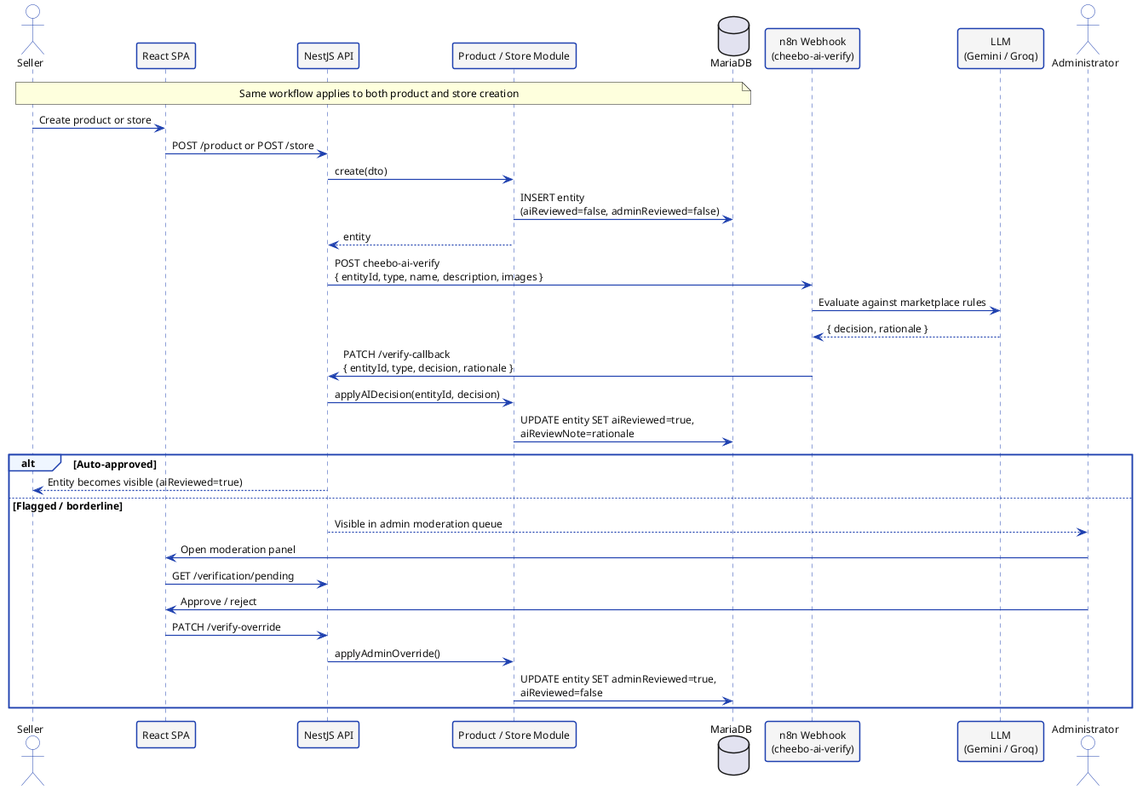
This is diagrams/seq-verify.png from NadimJebali/Pfe-rapport, a PlantUML export, as it was before one commit. The source it was exported from:
```plantuml
@startuml seq-verify

skinparam defaultFontName Helvetica
skinparam defaultFontSize 12
skinparam backgroundColor #FFFFFF
skinparam sequenceArrowThickness 1.2
skinparam sequenceParticipantBorderThickness 1.5

skinparam sequence {
  ActorBackgroundColor       #FFFFFF
  ActorBorderColor           #1E40AF
  ActorFontColor             #111111
  ParticipantBackgroundColor #F5F5F5
  ParticipantBorderColor     #1E40AF
  ParticipantFontColor       #111111
  LifeLineBorderColor        #1E40AF
  ArrowColor                 #1E40AF
  ArrowFontColor             #111111
  GroupBackgroundColor       #EFF6FF
  GroupBorderColor           #1E40AF
  NoteBackgroundColor        #F5F5F5
  NoteBorderColor            #1E40AF
}

actor       "Seller"                            as S
participant "React SPA"                         as FE
participant "NestJS API"                        as BE
participant "Product / Store Module"            as PM
database    "MariaDB"                           as DB
participant "n8n Webhook\n(cheebo-ai-verify)"   as N8N
participant "LLM\n(Gemini / Groq)"              as LLM
actor       "Administrator"                     as A

note over S, DB
  Same workflow applies to both product and store creation
end note

S  -> FE : Create product or store
FE -> BE : POST /product or POST /store
BE -> PM : create(dto)
PM -> DB : INSERT entity\n(aiReviewed=false, adminReviewed=false)
PM --> BE : entity
BE -> N8N : POST cheebo-ai-verify\n{ entityId, type, name, description, images }

N8N -> LLM : Evaluate against marketplace rules
LLM --> N8N : { decision, rationale }
N8N -> BE : PATCH /verify-callback\n{ entityId, type, decision, rationale }
BE -> PM : applyAIDecision(entityId, decision)
PM -> DB : UPDATE entity SET aiReviewed=true,\naiReviewNote=rationale

alt Auto-approved
  BE --> S : Entity becomes visible (aiReviewed=true)
else Flagged / borderline
  BE --> A : Visible in admin moderation queue
  A -> FE : Open moderation panel
  FE -> BE : GET /verification/pending
  A -> FE : Approve / reject
  FE -> BE : PATCH /verify-override
  BE -> PM : applyAdminOverride()
  PM -> DB : UPDATE entity SET adminReviewed=true,\naiReviewed=false
end

@enduml
```
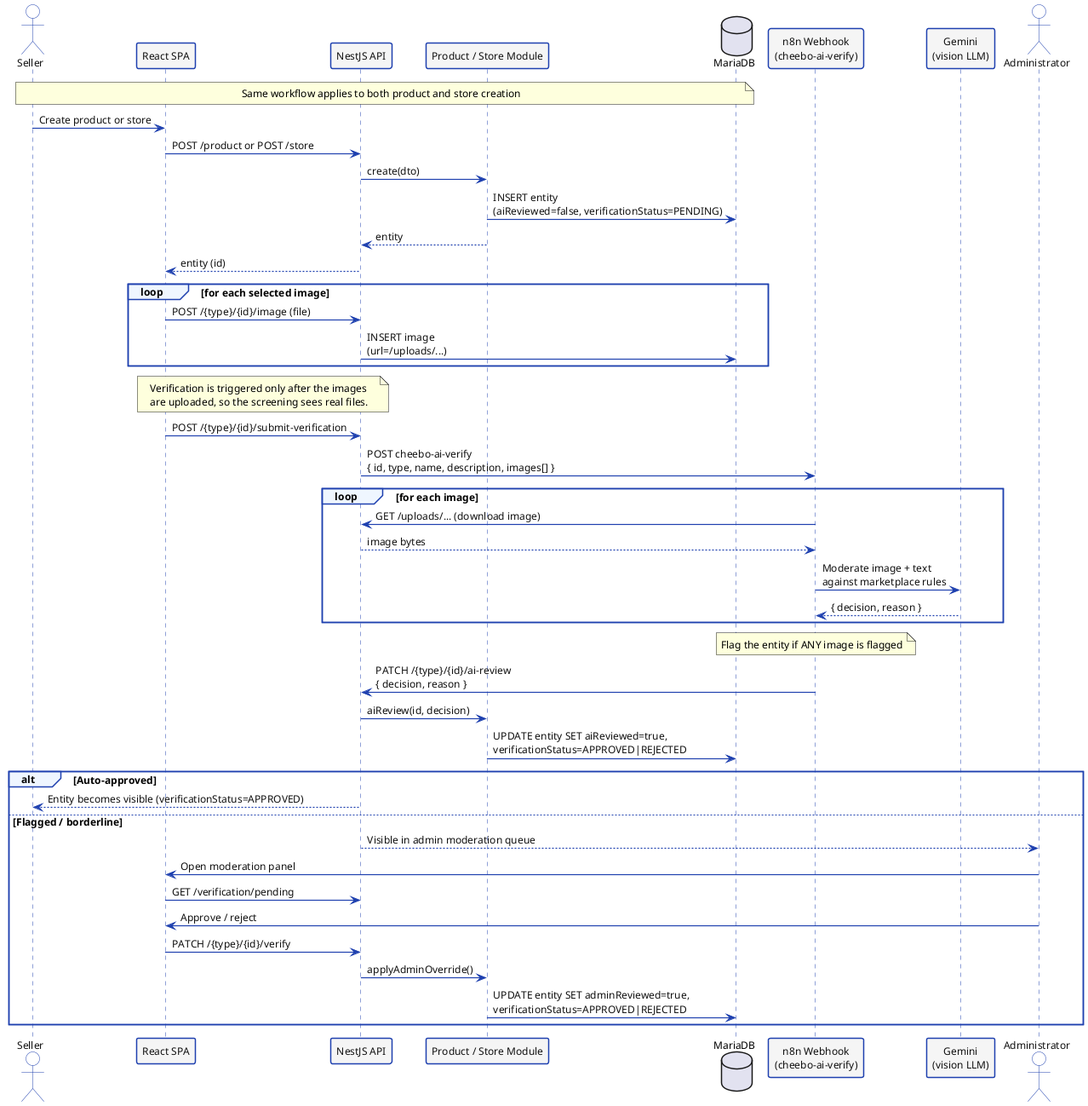
Above is the later version.

Diff of the diagram source:
```diff
@@ -28,7 +28,7 @@
 participant "Product / Store Module"            as PM
 database    "MariaDB"                           as DB
 participant "n8n Webhook\n(cheebo-ai-verify)"   as N8N
-participant "LLM\n(Gemini / Groq)"              as LLM
+participant "Gemini\n(vision LLM)"              as LLM
 actor       "Administrator"                     as A
 
 note over S, DB
@@ -38,26 +38,43 @@
 S  -> FE : Create product or store
 FE -> BE : POST /product or POST /store
 BE -> PM : create(dto)
-PM -> DB : INSERT entity\n(aiReviewed=false, adminReviewed=false)
+PM -> DB : INSERT entity\n(aiReviewed=false, verificationStatus=PENDING)
 PM --> BE : entity
-BE -> N8N : POST cheebo-ai-verify\n{ entityId, type, name, description, images }
+BE --> FE : entity (id)
 
-N8N -> LLM : Evaluate against marketplace rules
-LLM --> N8N : { decision, rationale }
-N8N -> BE : PATCH /verify-callback\n{ entityId, type, decision, rationale }
-BE -> PM : applyAIDecision(entityId, decision)
-PM -> DB : UPDATE entity SET aiReviewed=true,\naiReviewNote=rationale
+loop for each selected image
+  FE -> BE : POST /{type}/{id}/image (file)
+  BE -> DB : INSERT image\n(url=/uploads/...)
+end
+
+note over FE, BE
+  Verification is triggered only after the images
+  are uploaded, so the screening sees real files.
+end note
+FE -> BE : POST /{type}/{id}/submit-verification
+BE -> N8N : POST cheebo-ai-verify\n{ id, type, name, description, images[] }
+
+loop for each image
+  N8N -> BE : GET /uploads/... (download image)
+  BE --> N8N : image bytes
+  N8N -> LLM : Moderate image + text\nagainst marketplace rules
+  LLM --> N8N : { decision, reason }
+end
+note over N8N : Flag the entity if ANY image is flagged
+N8N -> BE : PATCH /{type}/{id}/ai-review\n{ decision, reason }
+BE -> PM : aiReview(id, decision)
+PM -> DB : UPDATE entity SET aiReviewed=true,\nverificationStatus=APPROVED|REJECTED
 
 alt Auto-approved
-  BE --> S : Entity becomes visible (aiReviewed=true)
+  BE --> S : Entity becomes visible (verificationStatus=APPROVED)
 else Flagged / borderline
   BE --> A : Visible in admin moderation queue
   A -> FE : Open moderation panel
   FE -> BE : GET /verification/pending
   A -> FE : Approve / reject
-  FE -> BE : PATCH /verify-override
+  FE -> BE : PATCH /{type}/{id}/verify
   BE -> PM : applyAdminOverride()
-  PM -> DB : UPDATE entity SET adminReviewed=true,\naiReviewed=false
+  PM -> DB : UPDATE entity SET adminReviewed=true,\nverificationStatus=APPROVED|REJECTED
 end
 
 @enduml
```
